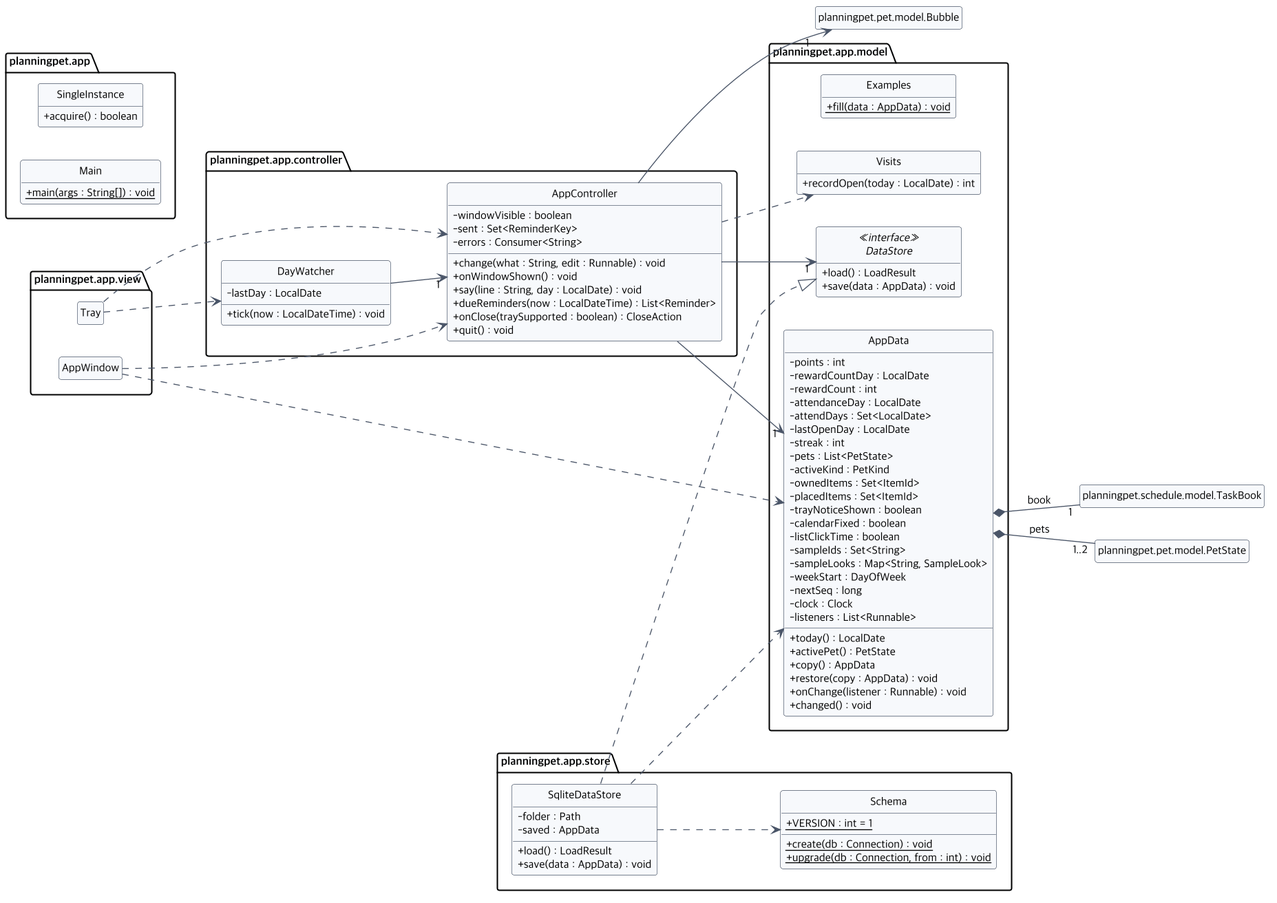
Before: docs/diagrams/class-app.png, a diagram exported from PlantUML (2026-2-software-system-design-11/planning-pet-app).
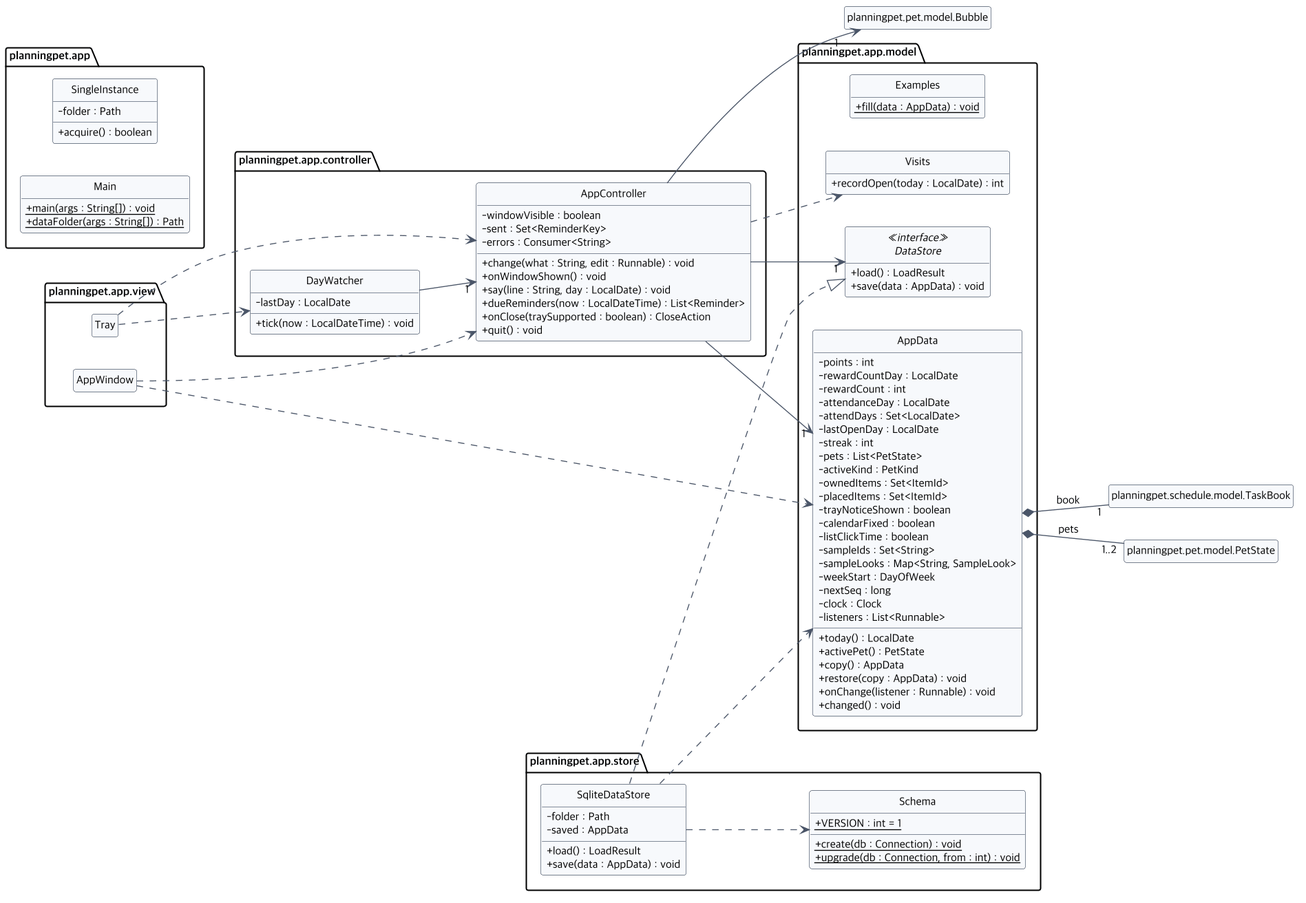
After the commit.

The edit, as a diff of the source:
```diff
@@ -4,8 +4,10 @@
 package planningpet.app {
   class Main {
     {static} + main(args : String[]) : void
+    {static} + dataFolder(args : String[]) : Path
   }
   class SingleInstance {
+    - folder : Path
     + acquire() : boolean
   }
 }
```
